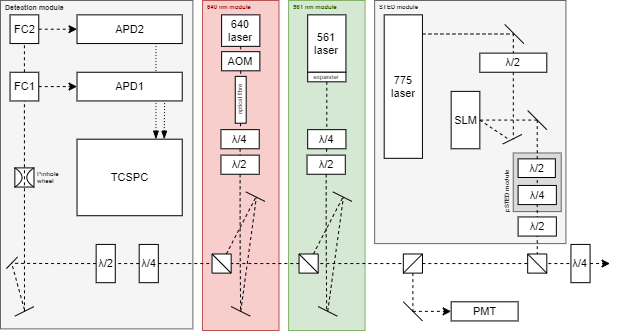
The draw.io diagram figures_other/microscope layout.png in wduverger/msc-thesis, before a commit. Source tidied: cells renumbered, new cells last; positions are measured from the earlier drawing's top-left corner, leaving out a move shared by most shapes.
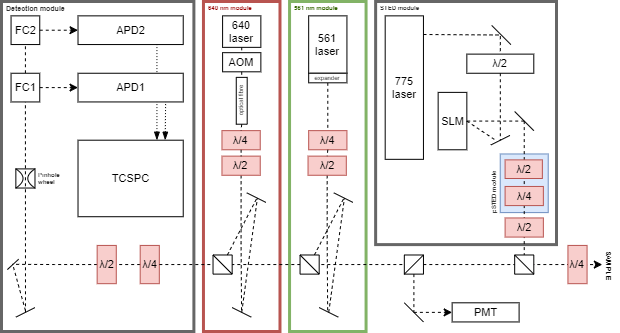
Later version of the same file.

Diff of the diagram source:
```diff
@@ -2,14 +2,14 @@
   <root>
     <mxCell id="0" />
     <mxCell id="1" parent="0" />
-    <mxCell id="2" style="rounded=0;whiteSpace=wrap;html=1;fillColor=#f5f5f5;strokeColor=#666666;fontColor=#333333;fontFamily=Helvetica;" parent="1" vertex="1">
-      <mxGeometry x="374.1" width="191.3" height="243.1" as="geometry" />
+    <mxCell id="2" style="rounded=0;whiteSpace=wrap;html=1;strokeColor=#666666;fontColor=#333333;fontFamily=Helvetica;strokeWidth=3;fillColor=none;" parent="1" vertex="1">
+      <mxGeometry x="374.1" width="180.9" height="243.1" as="geometry" />
     </mxCell>
-    <mxCell id="3" style="rounded=0;whiteSpace=wrap;html=1;strokeColor=#666666;fontColor=#333333;fillColor=#DBDBDB;fontFamily=Helvetica;" parent="1" vertex="1">
-      <mxGeometry x="512.7" y="152.5" width="48" height="58.6" as="geometry" />
+    <mxCell id="3" style="rounded=0;whiteSpace=wrap;html=1;strokeColor=#6c8ebf;fillColor=#dae8fc;fontFamily=Helvetica;" parent="1" vertex="1">
+      <mxGeometry x="498.7" y="152.5" width="48" height="58.6" as="geometry" />
     </mxCell>
-    <mxCell id="4" style="rounded=0;whiteSpace=wrap;html=1;fontSize=11;fontColor=#333333;fillColor=#f5f5f5;strokeColor=#666666;fontFamily=Helvetica;" parent="1" vertex="1">
-      <mxGeometry width="192.4" height="328.4" as="geometry" />
+    <mxCell id="4" style="rounded=0;whiteSpace=wrap;html=1;fontSize=11;fontColor=#333333;strokeColor=#666666;fontFamily=Helvetica;fillColor=none;strokeWidth=3;" parent="1" vertex="1">
+      <mxGeometry width="192.4" height="330" as="geometry" />
     </mxCell>
     <mxCell id="5" style="group;fontFamily=Helvetica;" parent="1" vertex="1">
       <mxGeometry x="14.3" y="167.4" width="19.1" height="19.1" as="geometry" />
@@ -33,10 +33,10 @@
         </Array>
       </mxGeometry>
     </mxCell>
-    <mxCell id="9" style="rounded=0;whiteSpace=wrap;html=1;fillColor=#d5e8d4;strokeColor=#82b366;fontFamily=Helvetica;" parent="1" vertex="1">
+    <mxCell id="9" style="rounded=0;whiteSpace=wrap;html=1;strokeColor=#82b366;fontFamily=Helvetica;fillColor=none;strokeWidth=3;" parent="1" vertex="1">
       <mxGeometry x="288" width="76.5" height="330" as="geometry" />
     </mxCell>
-    <mxCell id="10" style="rounded=0;whiteSpace=wrap;html=1;fillColor=#f8cecc;strokeColor=#b85450;fontFamily=Helvetica;" parent="1" vertex="1">
+    <mxCell id="10" style="rounded=0;whiteSpace=wrap;html=1;strokeColor=#b85450;fontFamily=Helvetica;fillColor=none;strokeWidth=3;" parent="1" vertex="1">
       <mxGeometry x="202" width="76.5" height="330" as="geometry" />
     </mxCell>
     <mxCell id="11" value="APD2" style="rounded=0;whiteSpace=wrap;html=1;fontSize=11;fontFamily=Helvetica;" parent="1" vertex="1">
@@ -81,13 +81,13 @@
         <mxPoint x="10.7" y="262.8" as="targetPoint" />
       </mxGeometry>
     </mxCell>
-    <mxCell id="22" value="λ/2" style="rounded=0;whiteSpace=wrap;html=1;fontSize=11;fontFamily=Helvetica;" parent="1" vertex="1">
+    <mxCell id="22" value="λ/2" style="rounded=0;whiteSpace=wrap;html=1;fontSize=11;fontFamily=Helvetica;sketch=0;fillColor=#f8cecc;strokeColor=#b85450;" parent="1" vertex="1">
       <mxGeometry x="95.6" y="243.9" width="19.1" height="38.3" as="geometry" />
     </mxCell>
     <mxCell id="23" style="edgeStyle=orthogonalEdgeStyle;rounded=0;jettySize=auto;html=1;exitX=0;exitY=0.5;exitDx=0;exitDy=0;entryX=1;entryY=0.5;entryDx=0;entryDy=0;dashed=1;startArrow=none;startFill=0;endArrow=none;endFill=0;fontFamily=Helvetica;" parent="1" edge="1" source="24" target="22">
       <mxGeometry x="22.7" y="14.8" as="geometry" />
     </mxCell>
-    <mxCell id="24" value="λ/4" style="rounded=0;whiteSpace=wrap;html=1;fontSize=11;fontFamily=Helvetica;" parent="1" vertex="1">
+    <mxCell id="24" value="λ/4" style="rounded=0;whiteSpace=wrap;html=1;fontSize=11;fontFamily=Helvetica;sketch=0;fillColor=#f8cecc;strokeColor=#b85450;" parent="1" vertex="1">
       <mxGeometry x="138.7" y="243.9" width="19.1" height="38.3" as="geometry" />
     </mxCell>
     <mxCell id="25" style="endArrow=none;dashed=1;html=1;fontFamily=Helvetica;" parent="1" edge="1">
@@ -99,7 +99,7 @@
     <mxCell id="26" style="endArrow=none;dashed=1;html=1;exitX=1;exitY=0.5;exitDx=0;exitDy=0;endFill=0;entryX=0;entryY=0.5;entryDx=0;entryDy=0;fontFamily=Helvetica;" parent="1" edge="1" source="24" target="61">
       <mxGeometry x="22.7" y="14.8" as="geometry" />
     </mxCell>
-    <mxCell id="27" value="λ/4" style="rounded=0;whiteSpace=wrap;html=1;fontSize=11;fontFamily=Helvetica;" parent="1" vertex="1">
+    <mxCell id="27" value="λ/4" style="rounded=0;whiteSpace=wrap;html=1;fontSize=11;fontFamily=Helvetica;sketch=0;fillColor=#f8cecc;strokeColor=#b85450;" parent="1" vertex="1">
       <mxGeometry x="220.5" y="129.1" width="38.3" height="19.1" as="geometry" />
     </mxCell>
     <mxCell id="28" style="edgeStyle=orthogonalEdgeStyle;rounded=0;jettySize=auto;html=1;exitX=0.5;exitY=1;exitDx=0;exitDy=0;dashed=1;startArrow=none;startFill=0;endArrow=none;endFill=0;fontFamily=Helvetica;" parent="1" edge="1" source="29">
@@ -107,7 +107,7 @@
         <mxPoint x="240.1" y="310.9" as="targetPoint" />
       </mxGeometry>
     </mxCell>
-    <mxCell id="29" value="λ/2" style="rounded=0;whiteSpace=wrap;html=1;fontSize=11;fontFamily=Helvetica;" parent="1" vertex="1">
+    <mxCell id="29" value="λ/2" style="rounded=0;whiteSpace=wrap;html=1;fontSize=11;fontFamily=Helvetica;sketch=0;fillColor=#f8cecc;strokeColor=#b85450;" parent="1" vertex="1">
       <mxGeometry x="220.5" y="154.6" width="38.3" height="19.1" as="geometry" />
     </mxCell>
     <mxCell id="30" style="edgeStyle=orthogonalEdgeStyle;rounded=0;jettySize=auto;html=1;exitX=0.5;exitY=1;exitDx=0;exitDy=0;entryX=0.5;entryY=0;entryDx=0;entryDy=0;startArrow=none;startFill=0;endArrow=none;endFill=0;dashed=1;fontFamily=Helvetica;" parent="1" edge="1" source="27" target="29">
@@ -151,7 +151,7 @@
         <mxPoint x="255.4" y="196.7" as="targetPoint" />
       </mxGeometry>
     </mxCell>
-    <mxCell id="39" value="λ/4" style="rounded=0;whiteSpace=wrap;html=1;fontSize=11;fontFamily=Helvetica;" parent="1" vertex="1">
+    <mxCell id="39" value="λ/4" style="rounded=0;whiteSpace=wrap;html=1;fontSize=11;fontFamily=Helvetica;sketch=0;fillColor=#f8cecc;strokeColor=#b85450;" parent="1" vertex="1">
       <mxGeometry x="307.2" y="129.1" width="38.3" height="19.1" as="geometry" />
     </mxCell>
     <mxCell id="40" style="edgeStyle=orthogonalEdgeStyle;rounded=0;jettySize=auto;html=1;exitX=0.5;exitY=1;exitDx=0;exitDy=0;dashed=1;startArrow=none;startFill=0;endArrow=none;endFill=0;fontFamily=Helvetica;" parent="1" edge="1" source="41">
@@ -159,7 +159,7 @@
         <mxPoint x="326.2" y="310.9" as="targetPoint" />
       </mxGeometry>
     </mxCell>
-    <mxCell id="41" value="λ/2" style="rounded=0;whiteSpace=wrap;html=1;fontSize=11;fontFamily=Helvetica;" parent="1" vertex="1">
+    <mxCell id="41" value="λ/2" style="rounded=0;whiteSpace=wrap;html=1;fontSize=11;fontFamily=Helvetica;sketch=0;fillColor=#f8cecc;strokeColor=#b85450;" parent="1" vertex="1">
       <mxGeometry x="306.5" y="154.6" width="38.3" height="19.1" as="geometry" />
     </mxCell>
     <mxCell id="42" style="edgeStyle=orthogonalEdgeStyle;rounded=0;jettySize=auto;html=1;exitX=0.5;exitY=1;exitDx=0;exitDy=0;entryX=0.5;entryY=0;entryDx=0;entryDy=0;dashed=1;endArrow=none;endFill=0;fontFamily=Helvetica;" parent="1" edge="1" source="39" target="41">
@@ -172,63 +172,63 @@
       <mxGeometry x="383.7" y="14.4" width="38.3" height="143.5" as="geometry" />
     </mxCell>
     <mxCell id="45" value="λ/2" style="rounded=0;whiteSpace=wrap;html=1;fontSize=11;fontFamily=Helvetica;" parent="1" vertex="1">
-      <mxGeometry x="479.3" y="52.6" width="67" height="19.1" as="geometry" />
+      <mxGeometry x="465.3" y="52.6" width="67" height="19.1" as="geometry" />
     </mxCell>
     <mxCell id="46" value="SLM" style="rounded=0;whiteSpace=wrap;html=1;fontSize=11;fontFamily=Helvetica;" parent="1" vertex="1">
-      <mxGeometry x="450.6" y="90.9" width="28.7" height="57.4" as="geometry" />
+      <mxGeometry x="436.6" y="90.9" width="28.7" height="57.4" as="geometry" />
     </mxCell>
     <mxCell id="47" style="endArrow=none;dashed=1;html=1;entryX=0.5;entryY=0;entryDx=0;entryDy=0;rounded=0;fontFamily=Helvetica;" parent="1" edge="1" target="45">
-      <mxGeometry x="22.7" y="14.8" as="geometry">
-        <mxPoint x="422" y="33.5" as="sourcePoint" />
+      <mxGeometry x="8.7" y="14.8" as="geometry">
+        <mxPoint x="422" y="33" as="sourcePoint" />
         <Array as="points">
-          <mxPoint x="512.8" y="33.5" />
+          <mxPoint x="498.8" y="33.5" />
         </Array>
       </mxGeometry>
     </mxCell>
     <mxCell id="48" style="endArrow=none;html=1;fontFamily=Helvetica;" parent="1" edge="1">
-      <mxGeometry x="22.7" y="14.8" as="geometry">
-        <mxPoint x="504.2" y="23.9" as="sourcePoint" />
-        <mxPoint x="523.3" y="43.1" as="targetPoint" />
+      <mxGeometry x="8.7" y="14.8" as="geometry">
+        <mxPoint x="490.2" y="23.9" as="sourcePoint" />
+        <mxPoint x="509.3" y="43.1" as="targetPoint" />
       </mxGeometry>
     </mxCell>
     <mxCell id="49" style="endArrow=none;dashed=1;html=1;exitX=0.5;exitY=1;exitDx=0;exitDy=0;fontFamily=Helvetica;" parent="1" edge="1" source="45">
-      <mxGeometry x="22.7" y="14.8" as="geometry">
-        <mxPoint x="512.8" y="138.7" as="targetPoint" />
+      <mxGeometry x="8.7" y="14.8" as="geometry">
+        <mxPoint x="498.8" y="138.7" as="targetPoint" />
       </mxGeometry>
     </mxCell>
     <mxCell id="50" style="endArrow=none;dashed=1;html=1;exitX=1;exitY=0.5;exitDx=0;exitDy=0;fontFamily=Helvetica;" parent="1" edge="1" source="46">
-      <mxGeometry x="22.7" y="14.8" as="geometry">
-        <mxPoint x="508" y="138.7" as="targetPoint" />
+      <mxGeometry x="8.7" y="14.8" as="geometry">
+        <mxPoint x="494" y="138.7" as="targetPoint" />
       </mxGeometry>
     </mxCell>
     <mxCell id="51" style="endArrow=none;html=1;fontFamily=Helvetica;" parent="1" edge="1">
-      <mxGeometry x="22.7" y="14.8" as="geometry">
-        <mxPoint x="502.3" y="143.5" as="sourcePoint" />
-        <mxPoint x="521.4" y="133.9" as="targetPoint" />
+      <mxGeometry x="9.7" y="14.8" as="geometry">
+        <mxPoint x="489.3" y="143.5" as="sourcePoint" />
+        <mxPoint x="508.4" y="133.9" as="targetPoint" />
       </mxGeometry>
     </mxCell>
     <mxCell id="52" style="endArrow=none;dashed=1;html=1;entryX=1;entryY=0.5;entryDx=0;entryDy=0;fontFamily=Helvetica;" parent="1" edge="1" target="46">
-      <mxGeometry x="22.7" y="14.8" as="geometry">
-        <mxPoint x="536.7" y="119.6" as="sourcePoint" />
+      <mxGeometry x="8.7" y="14.8" as="geometry">
+        <mxPoint x="522.7" y="119.6" as="sourcePoint" />
       </mxGeometry>
     </mxCell>
     <mxCell id="53" style="endArrow=none;dashed=1;html=1;fontFamily=Helvetica;" parent="1" edge="1">
-      <mxGeometry x="22.7" y="14.8" as="geometry">
-        <mxPoint x="536.7" y="119.6" as="sourcePoint" />
-        <mxPoint x="536.7" y="263" as="targetPoint" />
+      <mxGeometry x="8.7" y="14.8" as="geometry">
+        <mxPoint x="522.7" y="119.6" as="sourcePoint" />
+        <mxPoint x="522.7" y="263" as="targetPoint" />
       </mxGeometry>
     </mxCell>
-    <mxCell id="54" value="λ/2" style="rounded=0;whiteSpace=wrap;html=1;fontSize=11;fontFamily=Helvetica;" parent="1" vertex="1">
-      <mxGeometry x="517.6" y="216.4" width="38.3" height="19.1" as="geometry" />
+    <mxCell id="54" value="λ/2" style="rounded=0;whiteSpace=wrap;html=1;fontSize=11;fontFamily=Helvetica;sketch=0;fillColor=#f8cecc;strokeColor=#b85450;" parent="1" vertex="1">
+      <mxGeometry x="503.6" y="216.4" width="38.3" height="19.1" as="geometry" />
     </mxCell>
     <mxCell id="55" style="endArrow=none;html=1;fontFamily=Helvetica;" parent="1" edge="1">
-      <mxGeometry x="22.7" y="14.8" as="geometry">
-        <mxPoint x="527.2" y="110" as="sourcePoint" />
-        <mxPoint x="546.3" y="129.1" as="targetPoint" />
+      <mxGeometry x="8.7" y="14.8" as="geometry">
+        <mxPoint x="513.2" y="110" as="sourcePoint" />
+        <mxPoint x="532.3" y="129.1" as="targetPoint" />
       </mxGeometry>
     </mxCell>
     <mxCell id="56" style="group;rotation=-180;fontFamily=Helvetica;" parent="1" vertex="1">
-      <mxGeometry x="527.2" y="253.5" width="19.1" height="19.1" as="geometry" />
+      <mxGeometry x="513.2" y="253.5" width="19.1" height="19.1" as="geometry" />
     </mxCell>
     <mxCell id="57" style="group;fontFamily=Helvetica;" parent="56" vertex="1">
       <mxGeometry width="19.1" height="19.1" as="geometry" />
@@ -242,13 +242,14 @@
         <mxPoint x="19.1" y="19.1" as="targetPoint" />
       </mxGeometry>
     </mxCell>
-    <mxCell id="60" style="edgeStyle=orthogonalEdgeStyle;rounded=0;jettySize=auto;html=1;dashed=1;endArrow=classic;endFill=1;startArrow=none;startFill=0;fontFamily=Helvetica;" parent="1" edge="1" source="61">
-      <mxGeometry x="12" y="10" as="geometry">
-        <mxPoint x="609.8" y="263" as="targetPoint" />
+    <mxCell id="60" style="edgeStyle=orthogonalEdgeStyle;rounded=0;orthogonalLoop=1;jettySize=auto;html=1;dashed=1;endArrow=classic;endFill=1;startArrow=none;startFill=0;fontFamily=Helvetica;" parent="1" edge="1">
+      <mxGeometry x="3" y="10" as="geometry">
+        <mxPoint x="576.6" y="263.1" as="sourcePoint" />
+        <mxPoint x="600.8" y="263" as="targetPoint" />
       </mxGeometry>
     </mxCell>
-    <mxCell id="61" value="λ/4" style="rounded=0;whiteSpace=wrap;html=1;fontSize=11;fontFamily=Helvetica;" parent="1" vertex="1">
-      <mxGeometry x="570.4" y="243.9" width="19.1" height="38.3" as="geometry" />
+    <mxCell id="61" value="λ/4" style="rounded=0;whiteSpace=wrap;html=1;fontSize=11;fontFamily=Helvetica;sketch=0;fillColor=#f8cecc;strokeColor=#b85450;" parent="1" vertex="1">
+      <mxGeometry x="566.4" y="243.9" width="19.1" height="38.3" as="geometry" />
     </mxCell>
     <mxCell id="62" style="group;rotation=90;fontFamily=Helvetica;" parent="1" vertex="1">
       <mxGeometry x="402.8" y="253.5" width="19.1" height="19.1" as="geometry" />
@@ -364,14 +365,17 @@
         <mxPoint x="19.1" y="19.1" as="targetPoint" />
       </mxGeometry>
     </mxCell>
-    <mxCell id="91" value="λ/4" style="rounded=0;whiteSpace=wrap;html=1;fontSize=11;fontFamily=Helvetica;" parent="1" vertex="1">
-      <mxGeometry x="517.6" y="185" width="38.3" height="19.1" as="geometry" />
+    <mxCell id="91" value="λ/4" style="rounded=0;whiteSpace=wrap;html=1;fontSize=11;fontFamily=Helvetica;sketch=0;fillColor=#f8cecc;strokeColor=#b85450;" parent="1" vertex="1">
+      <mxGeometry x="503.6" y="185" width="38.3" height="19.1" as="geometry" />
     </mxCell>
-    <mxCell id="92" value="λ/2" style="rounded=0;whiteSpace=wrap;html=1;fontSize=11;fontFamily=Helvetica;" parent="1" vertex="1">
-      <mxGeometry x="517.6" y="158.4" width="37.3" height="18.6" as="geometry" />
+    <mxCell id="92" value="λ/2" style="rounded=0;whiteSpace=wrap;html=1;fontSize=11;fontFamily=Helvetica;sketch=0;fillColor=#f8cecc;strokeColor=#b85450;" parent="1" vertex="1">
+      <mxGeometry x="503.6" y="158.4" width="37.3" height="18.6" as="geometry" />
     </mxCell>
     <mxCell id="93" value="pSTED module" style="text;html=1;align=left;verticalAlign=middle;whiteSpace=wrap;rounded=0;fontSize=6;spacingLeft=0;spacingTop=0;fontStyle=1;rotation=-90;fontColor=#363636;spacing=0;fontFamily=Helvetica;" parent="1" vertex="1">
-      <mxGeometry x="470.1" y="170" width="73.4" height="10.7" as="geometry" />
+      <mxGeometry x="456.1" y="170" width="73.4" height="10.7" as="geometry" />
     </mxCell>
+    <mxCell id="94" value="SAMPLE" style="text;html=1;strokeColor=none;fillColor=none;align=center;verticalAlign=top;whiteSpace=wrap;rounded=0;sketch=0;rotation=90;fontStyle=1;fontSize=7;" parent="1" vertex="1">
+      <mxGeometry x="591" y="254" width="34" height="20" as="geometry" />
+    </mxCell>
   </root>
 </mxGraphModel>
```
